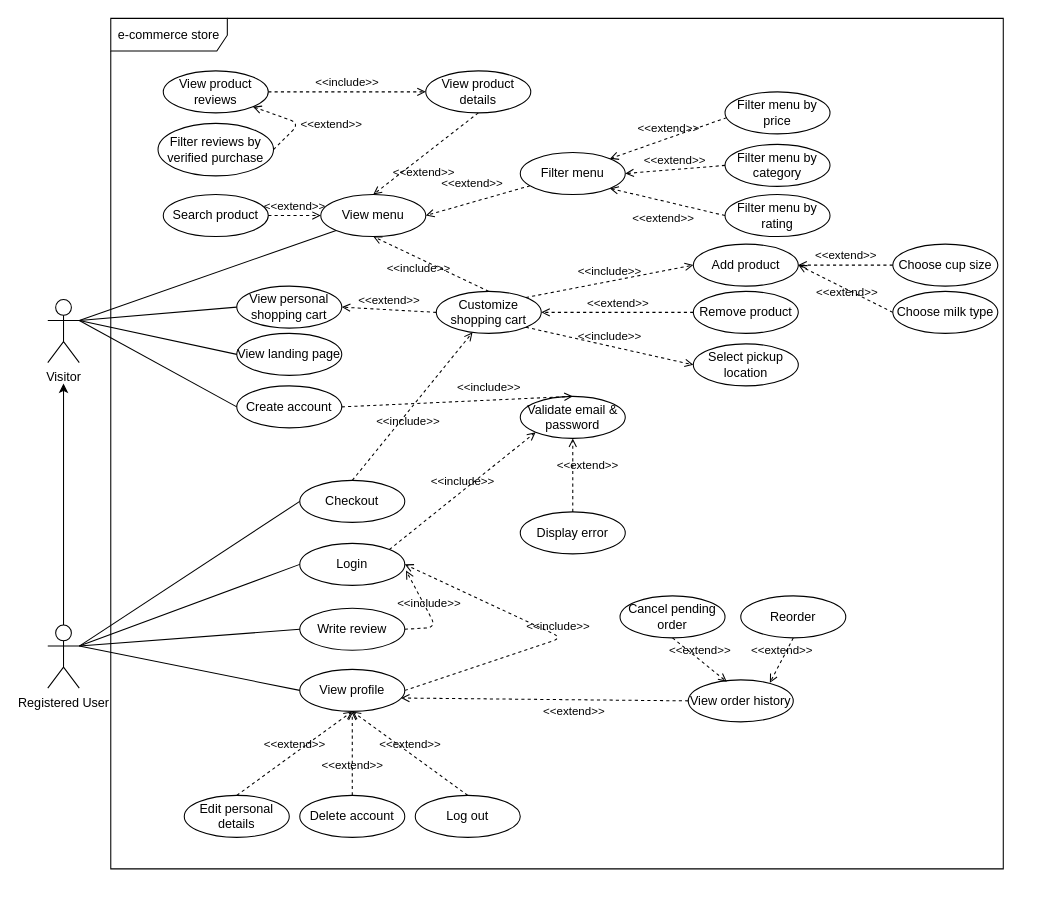
Above: page "e-commerce store" (1 of 2) of resources/diagrams/use-case.dio in steamysips/steamy-sips (draw.io), before the change. Source tidied: cells renumbered, new cells numbered last; positions are measured from the earlier drawing's top-left corner, leaving out a move shared by most shapes. Both pictures are drawn from the tidied source at 105%, with x=0, y=0 at pixel (47, 18).
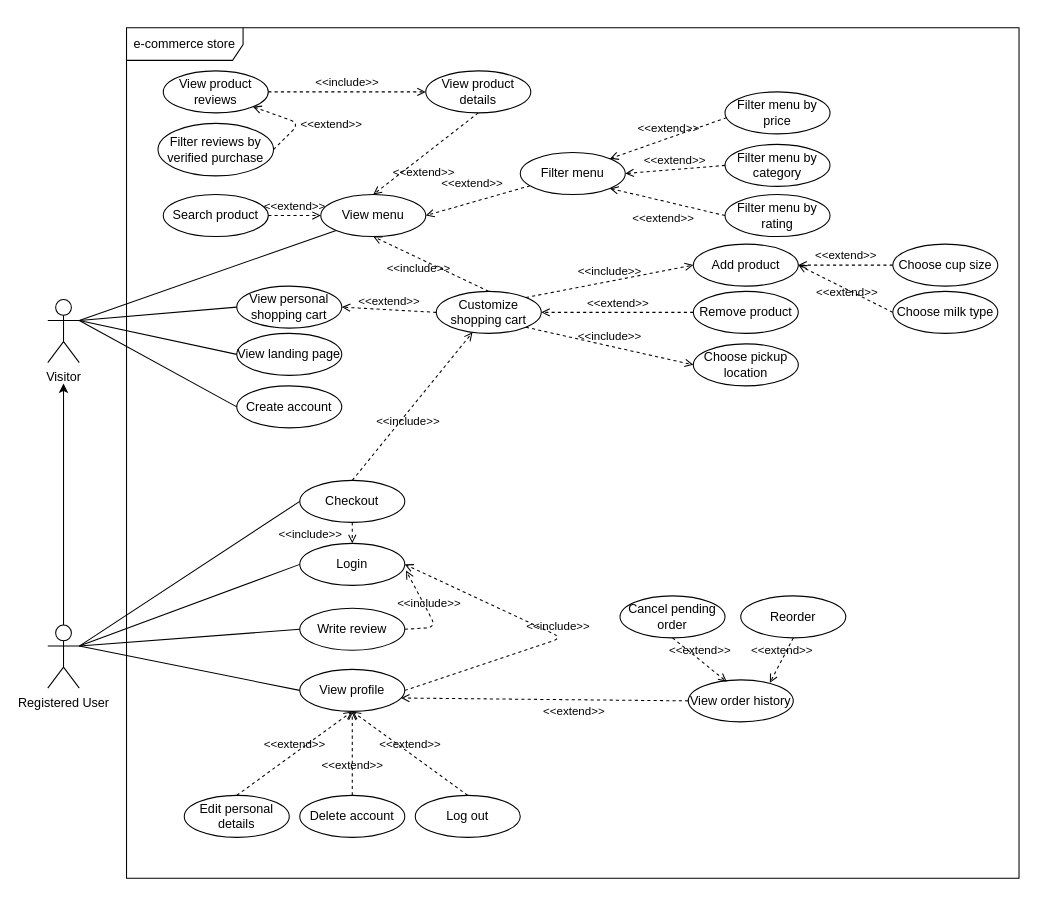
The same page after the edit.

The change refers to these unchanged cells:
```xml
<mxCell id="7" value="Login" style="ellipse;whiteSpace=wrap;html=1;align=center;" parent="1" vertex="1">
  <mxGeometry x="240" y="500" width="100" height="40" as="geometry" />
</mxCell>
<mxCell id="12" value="Create account" style="ellipse;whiteSpace=wrap;html=1;" parent="1" vertex="1">
  <mxGeometry x="180" y="350" width="100" height="40" as="geometry" />
</mxCell>
<mxCell id="50" value="Checkout" style="ellipse;whiteSpace=wrap;html=1;" parent="1" vertex="1">
  <mxGeometry x="240" y="440" width="100" height="40" as="geometry" />
</mxCell>
```

The edit, as a diff of the source:
```diff
@@
-    <mxCell id="14" value="Validate email &amp;amp; password" style="ellipse;whiteSpace=wrap;html=1;align=center;" parent="1" vertex="1">
-      <mxGeometry x="450" y="360" width="100" height="40" as="geometry" />
-    </mxCell>
@@
-    <mxCell id="29" value="&amp;lt;&amp;lt;include&amp;gt;&amp;gt;" style="html=1;verticalAlign=bottom;labelBackgroundColor=none;endArrow=open;endFill=0;dashed=1;entryX=0;entryY=1;entryDx=0;entryDy=0;exitX=1;exitY=0;exitDx=0;exitDy=0;" parent="1" edge="1" source="7" target="14">
-      <mxGeometry relative="1" as="geometry" />
-    </mxCell>
@@
-    <mxCell id="32" value="Display error" style="ellipse;whiteSpace=wrap;html=1;align=center;" parent="1" vertex="1">
-      <mxGeometry x="450" y="470" width="100" height="40" as="geometry" />
-    </mxCell>
-    <mxCell id="33" value="&amp;lt;&amp;lt;extend&amp;gt;&amp;gt;" style="html=1;verticalAlign=bottom;labelBackgroundColor=none;endArrow=open;endFill=0;dashed=1;exitX=0.5;exitY=0;exitDx=0;exitDy=0;entryX=0.5;entryY=1;entryDx=0;entryDy=0;" parent="1" edge="1" source="32" target="14">
-      <mxGeometry y="-14" relative="1" as="geometry" />
-    </mxCell>
@@
-    <mxCell id="38" value="Select pickup location" style="ellipse;whiteSpace=wrap;html=1;align=center;" parent="1" vertex="1">
+    <mxCell id="38" value="Choose pickup location" style="ellipse;whiteSpace=wrap;html=1;align=center;" parent="1" vertex="1">
       <mxGeometry x="614.8" y="310" width="100" height="40" as="geometry" />
     </mxCell>
@@
-    <mxCell id="40" value="&amp;lt;&amp;lt;include&amp;gt;&amp;gt;" style="html=1;verticalAlign=bottom;labelBackgroundColor=none;endArrow=open;endFill=0;dashed=1;exitX=1;exitY=0.5;exitDx=0;exitDy=0;entryX=0.5;entryY=0;entryDx=0;entryDy=0;" parent="1" edge="1" source="12" target="14">
-      <mxGeometry x="0.27" y="4" relative="1" as="geometry" />
-    </mxCell>
     <mxCell id="41" value="e-commerce store" style="shape=umlFrame;whiteSpace=wrap;html=1;width=111;height=31;" parent="1" vertex="1">
-      <mxGeometry x="60" width="850" height="810" as="geometry" />
+      <mxGeometry x="75" y="9" width="850" height="810" as="geometry" />
     </mxCell>
@@
+    <mxCell id="71" value="&amp;lt;&amp;lt;include&amp;gt;&amp;gt;" style="html=1;verticalAlign=bottom;labelBackgroundColor=none;endArrow=open;endFill=0;dashed=1;exitX=0.5;exitY=1;exitDx=0;exitDy=0;entryX=0.5;entryY=0;entryDx=0;entryDy=0;" parent="1" edge="1" source="50" target="7">
+      <mxGeometry x="1" y="-40" relative="1" as="geometry" />
+    </mxCell>
```
